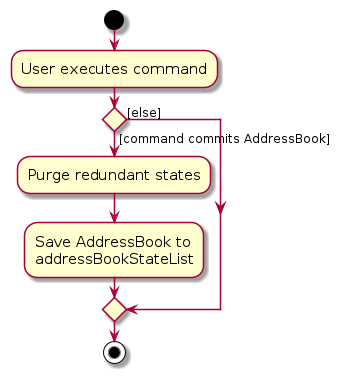
Before: diagrams/CommitActivityDiagram.png, a diagram exported from PlantUML (AY2627S1-CS2103T-F08-3/tp). Its source is kept beside it as diagrams/CommitActivityDiagram.puml. The source it was exported from:
```plantuml
@startuml
skin rose
skinparam ActivityFontSize 15
skinparam ArrowFontSize 12
start
:User executes command;


if () then ([command commits AddressBook])
    :Purge redundant states;
    :Save AddressBook to
    addressBookStateList;
else ([else])
endif
stop
@enduml
```
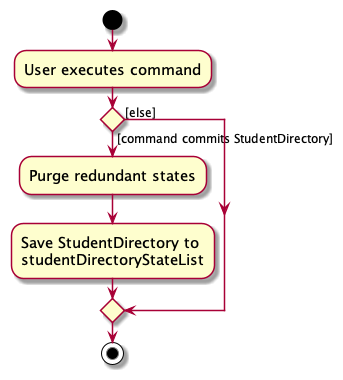
Later version of the same file.

Change to the diagram source:
```diff
@@ -6,10 +6,10 @@
 :User executes command;
 
 
-if () then ([command commits AddressBook])
+if () then ([command commits StudentDirectory])
     :Purge redundant states;
-    :Save AddressBook to
-    addressBookStateList;
+    :Save StudentDirectory to
+    studentDirectoryStateList;
 else ([else])
 endif
 stop
```
